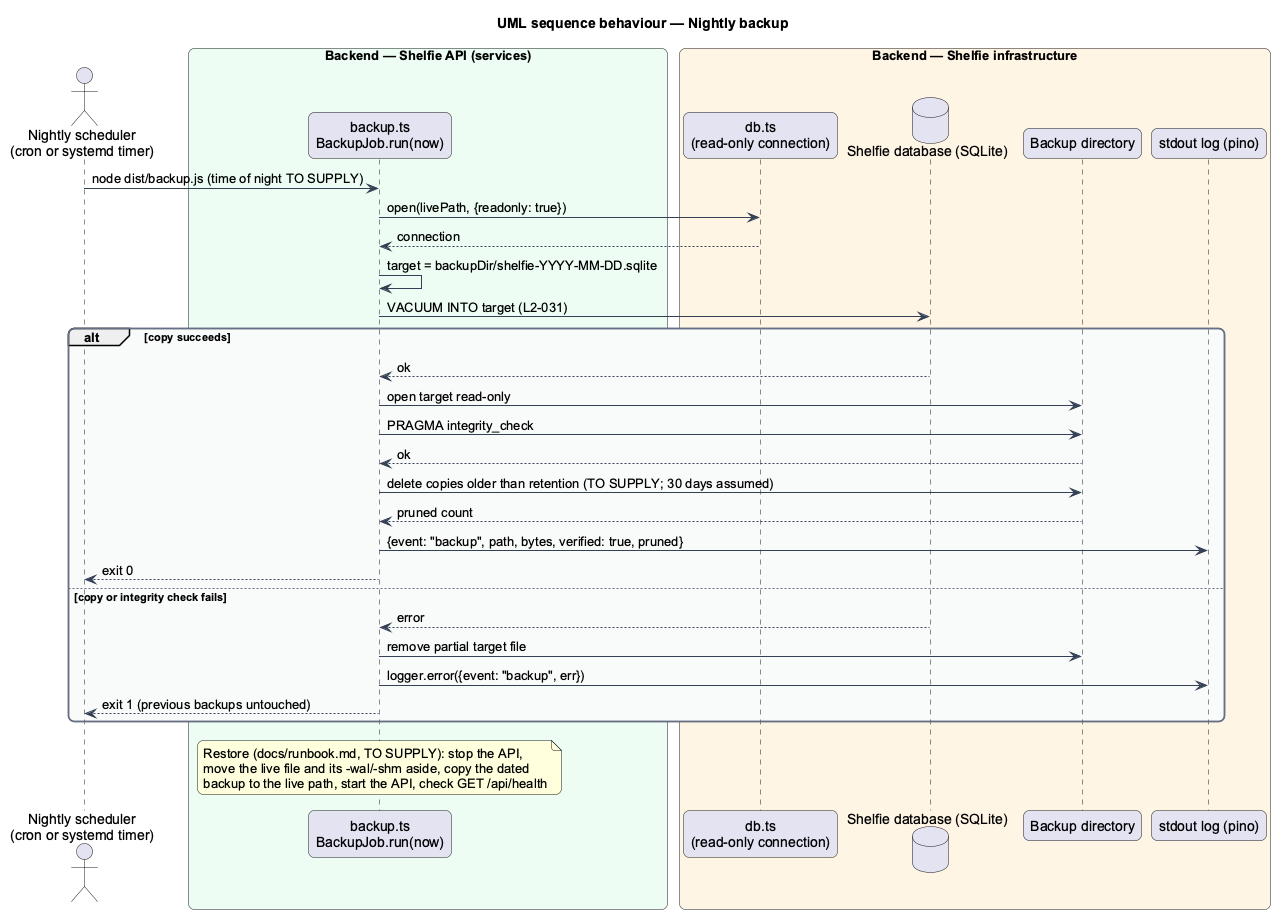
The PlantUML diagram docs/detailed-designs/platform/operate-service/diagrams/sequence-nightly-backup.png in QuinntyneBrown/shelfie, before a commit. Its diagram source:
```plantuml
@startuml
title UML sequence behaviour — Nightly backup
skinparam backgroundColor #FFFFFF
skinparam shadowing false
skinparam roundcorner 12
skinparam defaultFontName Arial
skinparam ArrowColor #344054
skinparam rectangle {
  BorderColor #344054
  FontColor #101828
}
skinparam package {
  BorderColor #667085
  FontColor #101828
  BackgroundColor #F9FAFB
}
actor "Nightly scheduler\n(cron or systemd timer)" as scheduler
box "Backend — Shelfie API (services)" #ECFDF3
  participant "backup.ts\nBackupJob.run(now)" as job
end box
box "Backend — Shelfie infrastructure" #FFF4E5
  participant "db.ts\n(read-only connection)" as dbmod
  database "Shelfie database (SQLite)" as db
  participant "Backup directory" as dir
  participant "stdout log (pino)" as log
end box

scheduler -> job : node dist/backup.js (time of night TO SUPPLY)
job -> dbmod : open(livePath, {readonly: true})
dbmod --> job : connection
job -> job : target = backupDir/shelfie-YYYY-MM-DD.sqlite
job -> db : VACUUM INTO target (L2-031)
alt copy succeeds
  db --> job : ok
  job -> dir : open target read-only
  job -> dir : PRAGMA integrity_check
  dir --> job : ok
  job -> dir : delete copies older than retention (TO SUPPLY; 30 days assumed)
  dir --> job : pruned count
  job -> log : {event: "backup", path, bytes, verified: true, pruned}
  job --> scheduler : exit 0
else copy or integrity check fails
  db --> job : error
  job -> dir : remove partial target file
  job -> log : logger.error({event: "backup", err})
  job --> scheduler : exit 1 (previous backups untouched)
end
note over job
  Restore (docs/runbook.md, TO SUPPLY): stop the API,
  move the live file and its -wal/-shm aside, copy the dated
  backup to the live path, start the API, check GET /api/health
end note
@enduml
```
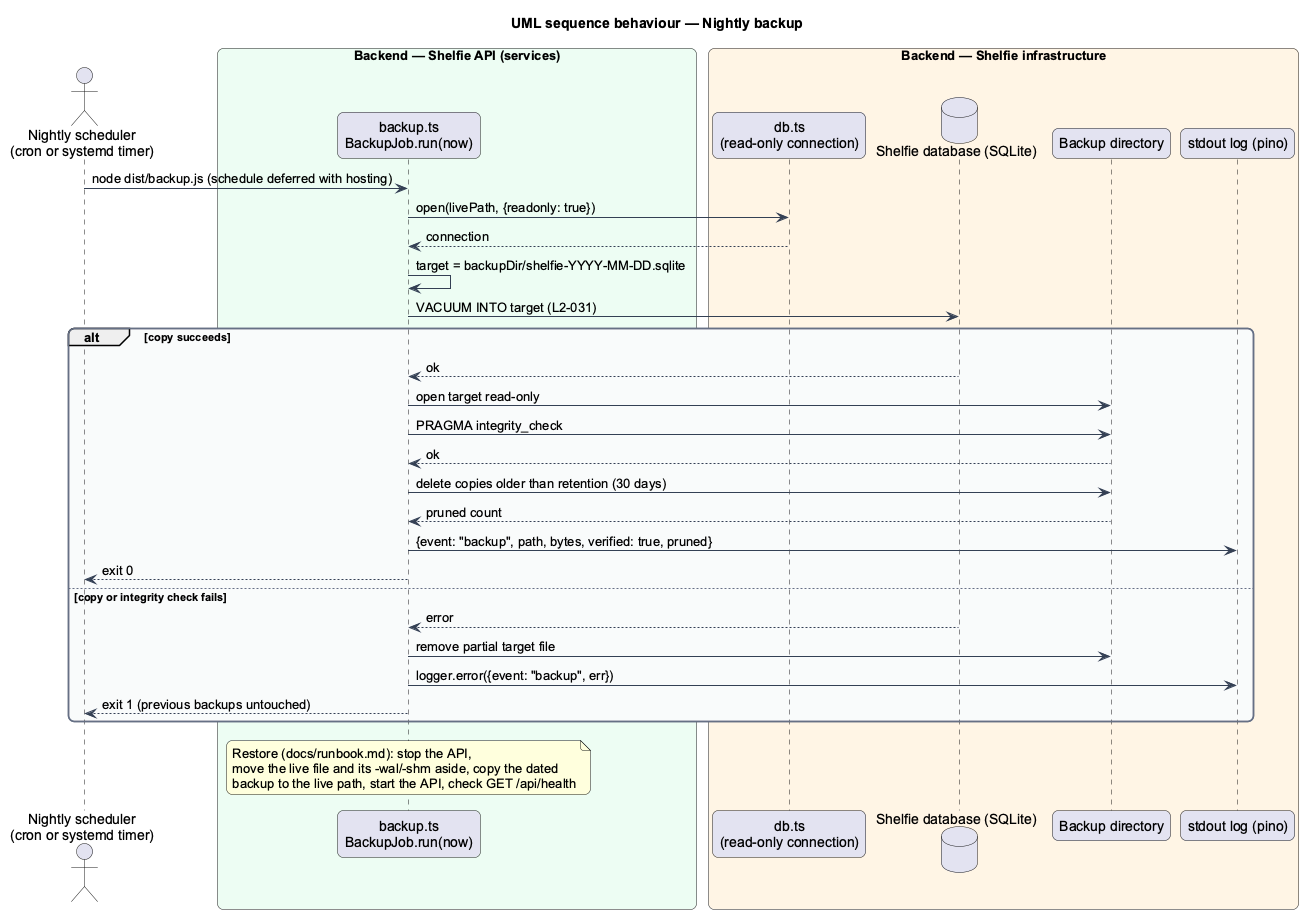
After the commit.

The edit, as a diff of the source:
```diff
@@ -25,7 +25,7 @@
   participant "stdout log (pino)" as log
 end box
 
-scheduler -> job : node dist/backup.js (time of night TO SUPPLY)
+scheduler -> job : node dist/backup.js (schedule deferred with hosting)
 job -> dbmod : open(livePath, {readonly: true})
 dbmod --> job : connection
 job -> job : target = backupDir/shelfie-YYYY-MM-DD.sqlite
@@ -35,7 +35,7 @@
   job -> dir : open target read-only
   job -> dir : PRAGMA integrity_check
   dir --> job : ok
-  job -> dir : delete copies older than retention (TO SUPPLY; 30 days assumed)
+  job -> dir : delete copies older than retention (30 days)
   dir --> job : pruned count
   job -> log : {event: "backup", path, bytes, verified: true, pruned}
   job --> scheduler : exit 0
@@ -46,7 +46,7 @@
   job --> scheduler : exit 1 (previous backups untouched)
 end
 note over job
-  Restore (docs/runbook.md, TO SUPPLY): stop the API,
+  Restore (docs/runbook.md): stop the API,
   move the live file and its -wal/-shm aside, copy the dated
   backup to the live path, start the API, check GET /api/health
 end note
```
